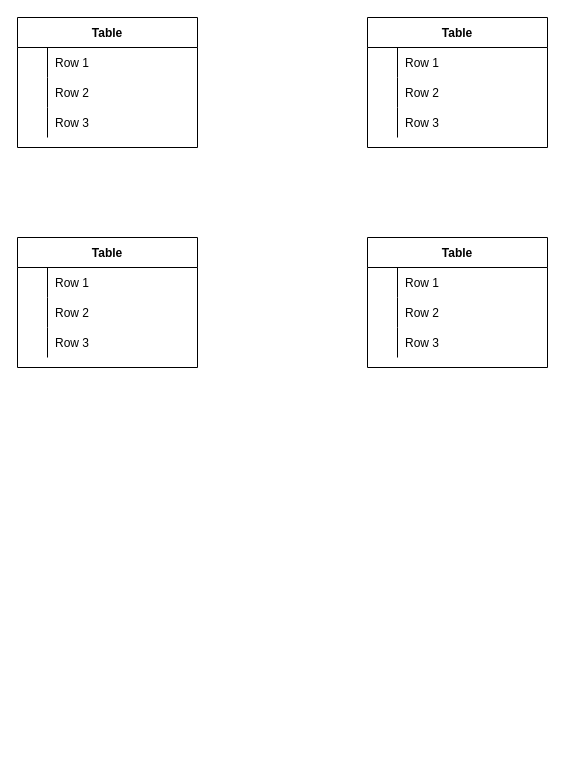
Above: furima.dio in tttooommmooo/furima-31547 (draw.io), before the change. Source tidied: cells renumbered, new cells numbered last; positions are measured from the earlier drawing's top-left corner, leaving out a move shared by most shapes. Both pictures are drawn from the tidied source at 100%, with x=0, y=0 at pixel (17, 17).
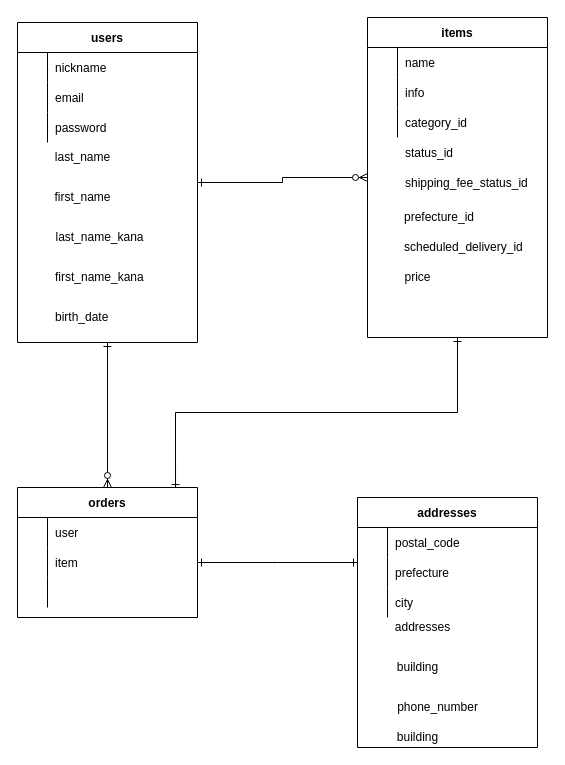
The same page after the edit.

Commit message (it also covers changes not shown here):
itemsテーブルのカラム名及びデータ型の修正

Unchanged cells that the change refers to:
```xml
<mxCell id="3" style="shape=partialRectangle;fillColor=none;top=0;left=0;bottom=0;right=0;" parent="2" vertex="1">
  <mxGeometry y="30" width="180" height="30" as="geometry" />
</mxCell>
<mxCell id="6" style="shape=partialRectangle;fillColor=none;top=0;left=0;bottom=0;right=0;" parent="2" vertex="1">
  <mxGeometry y="60" width="180" height="30" as="geometry" />
</mxCell>
<mxCell id="9" style="shape=partialRectangle;fillColor=none;top=0;left=0;bottom=0;right=0;" parent="2" vertex="1">
  <mxGeometry y="90" width="180" height="30" as="geometry" />
</mxCell>
<mxCell id="13" style="shape=partialRectangle;fillColor=none;top=0;left=0;bottom=0;right=0;" parent="12" vertex="1">
  <mxGeometry y="30" width="180" height="30" as="geometry" />
</mxCell>
<mxCell id="16" style="shape=partialRectangle;fillColor=none;top=0;left=0;bottom=0;right=0;" parent="12" vertex="1">
  <mxGeometry y="60" width="180" height="30" as="geometry" />
</mxCell>
<mxCell id="19" style="shape=partialRectangle;fillColor=none;top=0;left=0;bottom=0;right=0;" parent="12" vertex="1">
  <mxGeometry y="90" width="180" height="30" as="geometry" />
</mxCell>
<mxCell id="23" style="shape=partialRectangle;fillColor=none;top=0;left=0;bottom=0;right=0;" parent="22" vertex="1">
  <mxGeometry y="30" width="180" height="30" as="geometry" />
</mxCell>
<mxCell id="26" style="shape=partialRectangle;fillColor=none;top=0;left=0;bottom=0;right=0;points=[[0,0.5],[1,0.5]];portConstraint=eastwest;" parent="22" vertex="1">
  <mxGeometry y="60" width="180" height="30" as="geometry" />
</mxCell>
<mxCell id="29" style="shape=partialRectangle;fillColor=none;top=0;left=0;bottom=0;right=0;" parent="22" vertex="1">
  <mxGeometry y="90" width="180" height="30" as="geometry" />
</mxCell>
<mxCell id="33" style="shape=partialRectangle;fillColor=none;top=0;left=0;bottom=0;right=0;" parent="32" vertex="1">
  <mxGeometry y="30" width="180" height="30" as="geometry" />
</mxCell>
<mxCell id="36" style="shape=partialRectangle;fillColor=none;top=0;left=0;bottom=0;right=0;" parent="32" vertex="1">
  <mxGeometry y="60" width="180" height="30" as="geometry" />
</mxCell>
<mxCell id="39" style="shape=partialRectangle;fillColor=none;top=0;left=0;bottom=0;right=0;" parent="32" vertex="1">
  <mxGeometry y="90" width="180" height="30" as="geometry" />
</mxCell>
```

The edit, as a diff of the source:
```diff
@@
+    <mxCell id="42" style="edgeStyle=orthogonalEdgeStyle;rounded=0;jettySize=auto;html=1;exitX=1;exitY=0.5;exitDx=0;exitDy=0;entryX=0;entryY=0.5;entryDx=0;entryDy=0;endArrow=ERzeroToMany;endFill=1;startArrow=ERone;startFill=0;" parent="1" edge="1" source="2" target="12">
+      <mxGeometry relative="1" as="geometry" />
+    </mxCell>
+    <mxCell id="43" style="edgeStyle=orthogonalEdgeStyle;rounded=0;jettySize=auto;html=1;exitX=0.5;exitY=1;exitDx=0;exitDy=0;startArrow=ERone;startFill=0;endArrow=ERzeroToMany;endFill=1;entryX=0.5;entryY=0;entryDx=0;entryDy=0;" parent="1" edge="1" source="2" target="22">
+      <mxGeometry relative="1" as="geometry" />
+    </mxCell>
-    <mxCell id="2" value="Table" style="shape=table;startSize=30;childLayout=tableLayout;rowLines=0;fontStyle=1;align=center;" parent="1" vertex="1">
-      <mxGeometry width="180" height="130" as="geometry" />
+    <mxCell id="2" value="users" style="shape=table;startSize=30;childLayout=tableLayout;rowLines=0;fontStyle=1;align=center;" parent="1" vertex="1">
+      <mxGeometry y="5" width="180" height="320" as="geometry" />
     </mxCell>
@@
-    <mxCell id="5" value="Row 1" style="shape=partialRectangle;fillColor=none;top=0;left=0;bottom=0;right=0;align=left;spacingLeft=6;overflow=hidden;" parent="3" vertex="1">
+    <mxCell id="5" value="nickname" style="shape=partialRectangle;fillColor=none;top=0;left=0;bottom=0;right=0;align=left;spacingLeft=6;overflow=hidden;" parent="3" vertex="1">
       <mxGeometry x="30" width="150" height="30" as="geometry" />
     </mxCell>
@@
-    <mxCell id="8" value="Row 2" style="shape=partialRectangle;fillColor=none;top=0;left=0;bottom=0;right=0;align=left;spacingLeft=6;overflow=hidden;" parent="6" vertex="1">
+    <mxCell id="8" value="email" style="shape=partialRectangle;fillColor=none;top=0;left=0;bottom=0;right=0;align=left;spacingLeft=6;overflow=hidden;" parent="6" vertex="1">
       <mxGeometry x="30" width="150" height="30" as="geometry" />
     </mxCell>
@@
-    <mxCell id="11" value="Row 3" style="shape=partialRectangle;fillColor=none;top=0;left=0;bottom=0;right=0;align=left;spacingLeft=6;overflow=hidden;" parent="9" vertex="1">
+    <mxCell id="11" value="password" style="shape=partialRectangle;fillColor=none;top=0;left=0;bottom=0;right=0;align=left;spacingLeft=6;overflow=hidden;" parent="9" vertex="1">
       <mxGeometry x="30" width="150" height="30" as="geometry" />
     </mxCell>
+    <mxCell id="44" style="edgeStyle=orthogonalEdgeStyle;rounded=0;jettySize=auto;html=1;exitX=0.5;exitY=1;exitDx=0;exitDy=0;entryX=0.878;entryY=0.008;entryDx=0;entryDy=0;entryPerimeter=0;startArrow=ERone;startFill=0;endArrow=ERone;endFill=0;" parent="1" edge="1" source="12" target="22">
+      <mxGeometry relative="1" as="geometry" />
+    </mxCell>
-    <mxCell id="12" value="Table" style="shape=table;startSize=30;childLayout=tableLayout;rowLines=0;fontStyle=1;align=center;" parent="1" vertex="1">
-      <mxGeometry x="350" width="180" height="130" as="geometry" />
+    <mxCell id="12" value="items" style="shape=table;startSize=30;childLayout=tableLayout;rowLines=0;fontStyle=1;align=center;" parent="1" vertex="1">
+      <mxGeometry x="350" width="180" height="320" as="geometry" />
     </mxCell>
@@
-    <mxCell id="15" value="Row 1" style="shape=partialRectangle;fillColor=none;top=0;left=0;bottom=0;right=0;align=left;spacingLeft=6;overflow=hidden;" parent="13" vertex="1">
+    <mxCell id="15" value="name" style="shape=partialRectangle;fillColor=none;top=0;left=0;bottom=0;right=0;align=left;spacingLeft=6;overflow=hidden;" parent="13" vertex="1">
       <mxGeometry x="30" width="150" height="30" as="geometry" />
     </mxCell>
@@
-    <mxCell id="18" value="Row 2" style="shape=partialRectangle;fillColor=none;top=0;left=0;bottom=0;right=0;align=left;spacingLeft=6;overflow=hidden;" parent="16" vertex="1">
+    <mxCell id="18" value="info" style="shape=partialRectangle;fillColor=none;top=0;left=0;bottom=0;right=0;align=left;spacingLeft=6;overflow=hidden;" parent="16" vertex="1">
       <mxGeometry x="30" width="150" height="30" as="geometry" />
     </mxCell>
@@
-    <mxCell id="21" value="Row 3" style="shape=partialRectangle;fillColor=none;top=0;left=0;bottom=0;right=0;align=left;spacingLeft=6;overflow=hidden;" parent="19" vertex="1">
+    <mxCell id="21" value="category_id" style="shape=partialRectangle;fillColor=none;top=0;left=0;bottom=0;right=0;align=left;spacingLeft=6;overflow=hidden;" parent="19" vertex="1">
       <mxGeometry x="30" width="150" height="30" as="geometry" />
     </mxCell>
-    <mxCell id="22" value="Table" style="shape=table;startSize=30;childLayout=tableLayout;rowLines=0;fontStyle=1;align=center;" parent="1" vertex="1">
-      <mxGeometry y="220" width="180" height="130" as="geometry" />
+    <mxCell id="22" value="orders" style="shape=table;startSize=30;childLayout=tableLayout;rowLines=0;fontStyle=1;align=center;" parent="1" vertex="1">
+      <mxGeometry y="470" width="180" height="130" as="geometry" />
     </mxCell>
@@
-    <mxCell id="25" value="Row 1" style="shape=partialRectangle;fillColor=none;top=0;left=0;bottom=0;right=0;align=left;spacingLeft=6;overflow=hidden;" parent="23" vertex="1">
+    <mxCell id="25" value="user" style="shape=partialRectangle;fillColor=none;top=0;left=0;bottom=0;right=0;align=left;spacingLeft=6;overflow=hidden;" parent="23" vertex="1">
       <mxGeometry x="30" width="150" height="30" as="geometry" />
     </mxCell>
@@
-    <mxCell id="28" value="Row 2" style="shape=partialRectangle;fillColor=none;top=0;left=0;bottom=0;right=0;align=left;spacingLeft=6;overflow=hidden;" parent="26" vertex="1">
+    <mxCell id="28" value="item" style="shape=partialRectangle;fillColor=none;top=0;left=0;bottom=0;right=0;align=left;spacingLeft=6;overflow=hidden;" parent="26" vertex="1">
       <mxGeometry x="30" width="150" height="30" as="geometry" />
     </mxCell>
@@
-    <mxCell id="31" value="Row 3" style="shape=partialRectangle;fillColor=none;top=0;left=0;bottom=0;right=0;align=left;spacingLeft=6;overflow=hidden;" parent="29" vertex="1">
+    <mxCell id="31" style="shape=partialRectangle;fillColor=none;top=0;left=0;bottom=0;right=0;align=left;spacingLeft=6;overflow=hidden;" parent="29" vertex="1">
       <mxGeometry x="30" width="150" height="30" as="geometry" />
     </mxCell>
-    <mxCell id="32" value="Table" style="shape=table;startSize=30;childLayout=tableLayout;rowLines=0;fontStyle=1;align=center;" parent="1" vertex="1">
-      <mxGeometry x="350" y="220" width="180" height="130" as="geometry" />
+    <mxCell id="32" value="addresses" style="shape=table;startSize=30;childLayout=tableLayout;rowLines=0;fontStyle=1;align=center;" parent="1" vertex="1">
+      <mxGeometry x="340" y="480" width="180" height="250" as="geometry" />
     </mxCell>
@@
-    <mxCell id="35" value="Row 1" style="shape=partialRectangle;fillColor=none;top=0;left=0;bottom=0;right=0;align=left;spacingLeft=6;overflow=hidden;" parent="33" vertex="1">
+    <mxCell id="35" value="postal_code" style="shape=partialRectangle;fillColor=none;top=0;left=0;bottom=0;right=0;align=left;spacingLeft=6;overflow=hidden;" parent="33" vertex="1">
       <mxGeometry x="30" width="150" height="30" as="geometry" />
     </mxCell>
@@
-    <mxCell id="38" value="Row 2" style="shape=partialRectangle;fillColor=none;top=0;left=0;bottom=0;right=0;align=left;spacingLeft=6;overflow=hidden;" parent="36" vertex="1">
+    <mxCell id="38" value="prefecture" style="shape=partialRectangle;fillColor=none;top=0;left=0;bottom=0;right=0;align=left;spacingLeft=6;overflow=hidden;" parent="36" vertex="1">
       <mxGeometry x="30" width="150" height="30" as="geometry" />
     </mxCell>
@@
-    <mxCell id="41" value="Row 3" style="shape=partialRectangle;fillColor=none;top=0;left=0;bottom=0;right=0;align=left;spacingLeft=6;overflow=hidden;" parent="39" vertex="1">
+    <mxCell id="41" value="city" style="shape=partialRectangle;fillColor=none;top=0;left=0;bottom=0;right=0;align=left;spacingLeft=6;overflow=hidden;" parent="39" vertex="1">
       <mxGeometry x="30" width="150" height="30" as="geometry" />
     </mxCell>
+    <mxCell id="45" value="last_name" style="text;html=1;align=center;verticalAlign=middle;" parent="1" vertex="1">
+      <mxGeometry x="30" y="130" width="70" height="20" as="geometry" />
+    </mxCell>
+    <mxCell id="46" value="first_name" style="text;html=1;align=center;verticalAlign=middle;" parent="1" vertex="1">
+      <mxGeometry x="30" y="170" width="70" height="20" as="geometry" />
+    </mxCell>
+    <mxCell id="47" value="last_name_kana" style="text;html=1;align=center;verticalAlign=middle;" parent="1" vertex="1">
+      <mxGeometry x="32" y="210" width="100" height="20" as="geometry" />
+    </mxCell>
+    <mxCell id="48" value="first_name_kana" style="text;html=1;align=left;verticalAlign=middle;" parent="1" vertex="1">
+      <mxGeometry x="36" y="250" width="100" height="20" as="geometry" />
+    </mxCell>
+    <mxCell id="49" value="birth_date" style="text;html=1;align=left;verticalAlign=middle;" parent="1" vertex="1">
+      <mxGeometry x="36" y="290" width="70" height="20" as="geometry" />
+    </mxCell>
+    <mxCell id="50" value="status_id" style="shape=partialRectangle;fillColor=none;top=0;left=0;bottom=0;right=0;align=left;spacingLeft=6;overflow=hidden;" parent="1" vertex="1">
+      <mxGeometry x="380" y="120" width="150" height="30" as="geometry" />
+    </mxCell>
+    <mxCell id="51" value="shipping_fee_status_id" style="shape=partialRectangle;fillColor=none;top=0;left=0;bottom=0;right=0;align=left;spacingLeft=6;overflow=hidden;" parent="1" vertex="1">
+      <mxGeometry x="380" y="150" width="150" height="30" as="geometry" />
+    </mxCell>
+    <mxCell id="52" value="prefecture_id" style="text;html=1;align=left;verticalAlign=middle;" parent="1" vertex="1">
+      <mxGeometry x="385" y="190" width="90" height="20" as="geometry" />
+    </mxCell>
+    <mxCell id="53" value="scheduled_delivery_id" style="text;html=1;align=left;verticalAlign=middle;" parent="1" vertex="1">
+      <mxGeometry x="385" y="220" width="130" height="20" as="geometry" />
+    </mxCell>
+    <mxCell id="54" value="price" style="text;html=1;align=center;verticalAlign=middle;" parent="1" vertex="1">
+      <mxGeometry x="380" y="250" width="40" height="20" as="geometry" />
+    </mxCell>
+    <mxCell id="55" value="addresses" style="text;html=1;align=center;verticalAlign=middle;" parent="1" vertex="1">
+      <mxGeometry x="370" y="600" width="70" height="20" as="geometry" />
+    </mxCell>
+    <mxCell id="56" value="building" style="text;html=1;align=center;verticalAlign=middle;" parent="1" vertex="1">
+      <mxGeometry x="370" y="640" width="60" height="20" as="geometry" />
+    </mxCell>
+    <mxCell id="57" value="phone_number" style="text;html=1;align=center;verticalAlign=middle;" parent="1" vertex="1">
+      <mxGeometry x="370" y="680" width="100" height="20" as="geometry" />
+    </mxCell>
+    <mxCell id="58" value="building" style="text;html=1;align=center;verticalAlign=middle;" parent="1" vertex="1">
+      <mxGeometry x="370" y="710" width="60" height="20" as="geometry" />
+    </mxCell>
+    <mxCell id="59" style="edgeStyle=orthogonalEdgeStyle;rounded=0;jettySize=auto;html=1;startArrow=ERone;startFill=0;endArrow=ERone;endFill=0;" parent="1" edge="1" source="26">
+      <mxGeometry relative="1" as="geometry">
+        <mxPoint x="340" y="545" as="targetPoint" />
+      </mxGeometry>
+    </mxCell>
```
